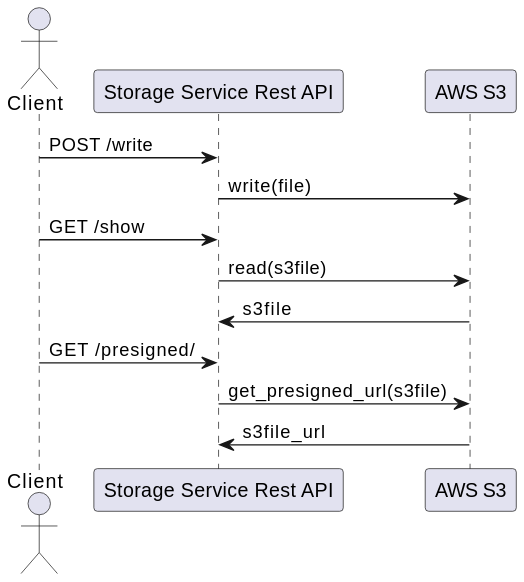
Before: StorageServiceDiagram.svg, a diagram exported from PlantUML (adetola-adewodu/storage-service). The source it was exported from:
```plantuml
@startuml
actor Client

Client -> "Storage Service Rest API": POST /write
"Storage Service Rest API" -> "AWS S3": write(file)

Client -> "Storage Service Rest API": GET /show
"Storage Service Rest API" ->  "AWS S3": read(s3file)
"AWS S3" -> "Storage Service Rest API": s3file

Client -> "Storage Service Rest API": GET /presigned/
"Storage Service Rest API" ->  "AWS S3": get_presigned_url(s3file)
"AWS S3" -> "Storage Service Rest API": s3file_url
@enduml
```
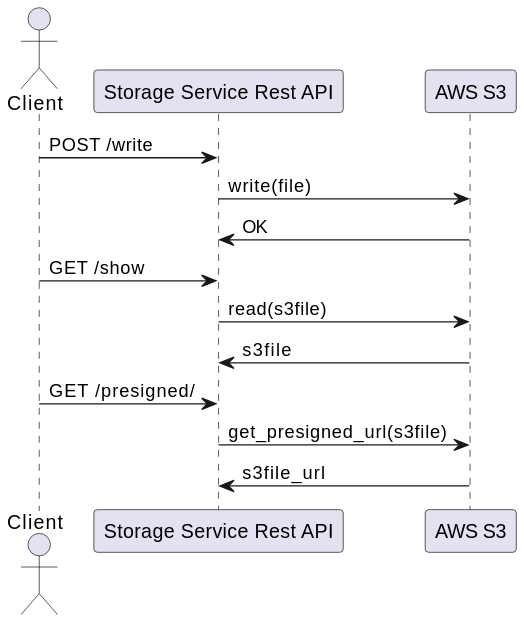
The same diagram one commit later.

The edit, as a diff of the source:
```diff
@@ -3,6 +3,7 @@
 
 Client -> "Storage Service Rest API": POST /write
 "Storage Service Rest API" -> "AWS S3": write(file)
+"AWS S3" -> "Storage Service Rest API": OK
 
 Client -> "Storage Service Rest API": GET /show
 "Storage Service Rest API" ->  "AWS S3": read(s3file)
```
